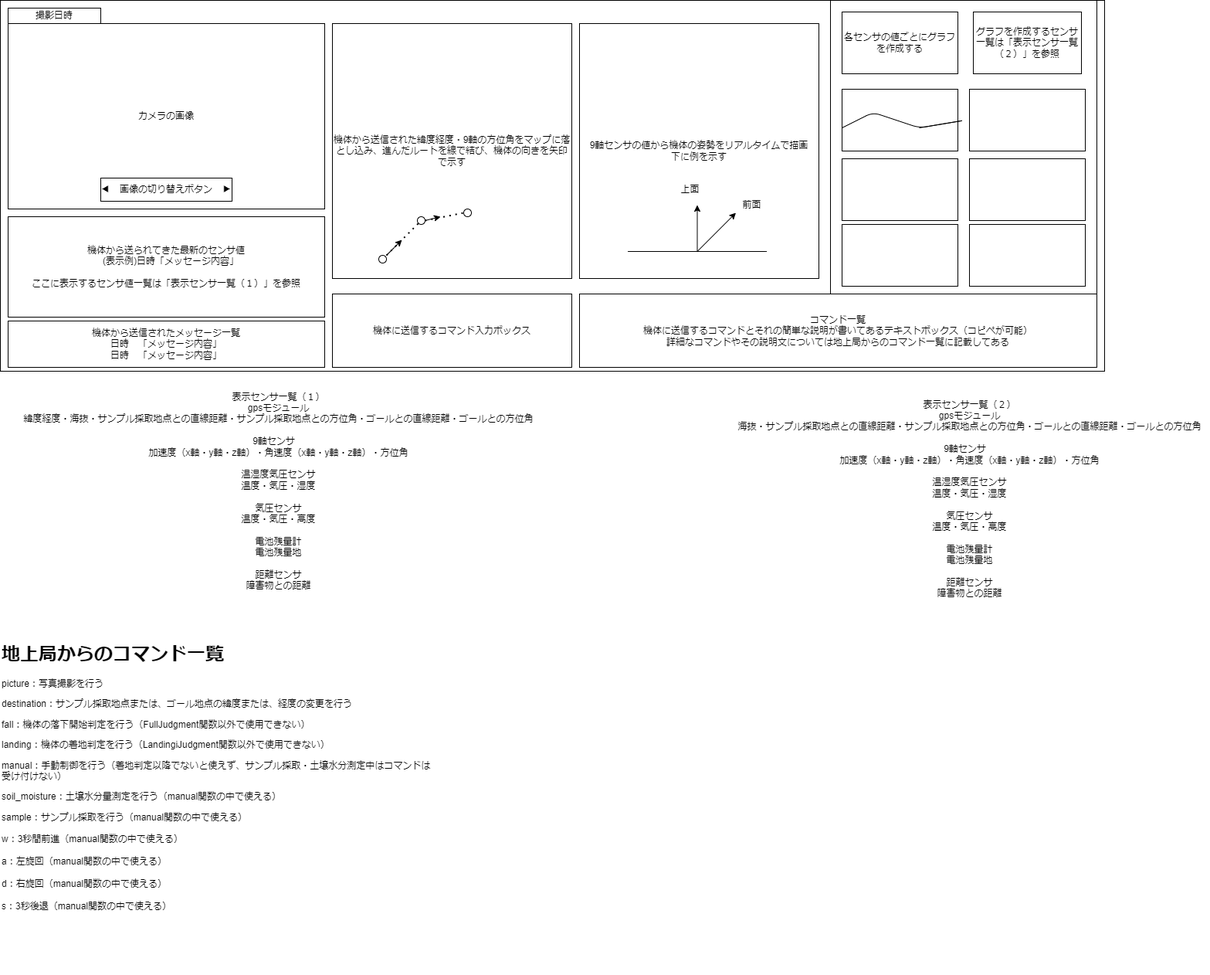
Above: 仕様書・参考資料/地上局のUIイメージ図.drawio.png in TDUSenjuAstronomyResearchClub/basyo-ground-station (draw.io), before the change. Source tidied: cells renumbered, new cells last; positions are measured from the earlier drawing's top-left corner, leaving out a move shared by most shapes.
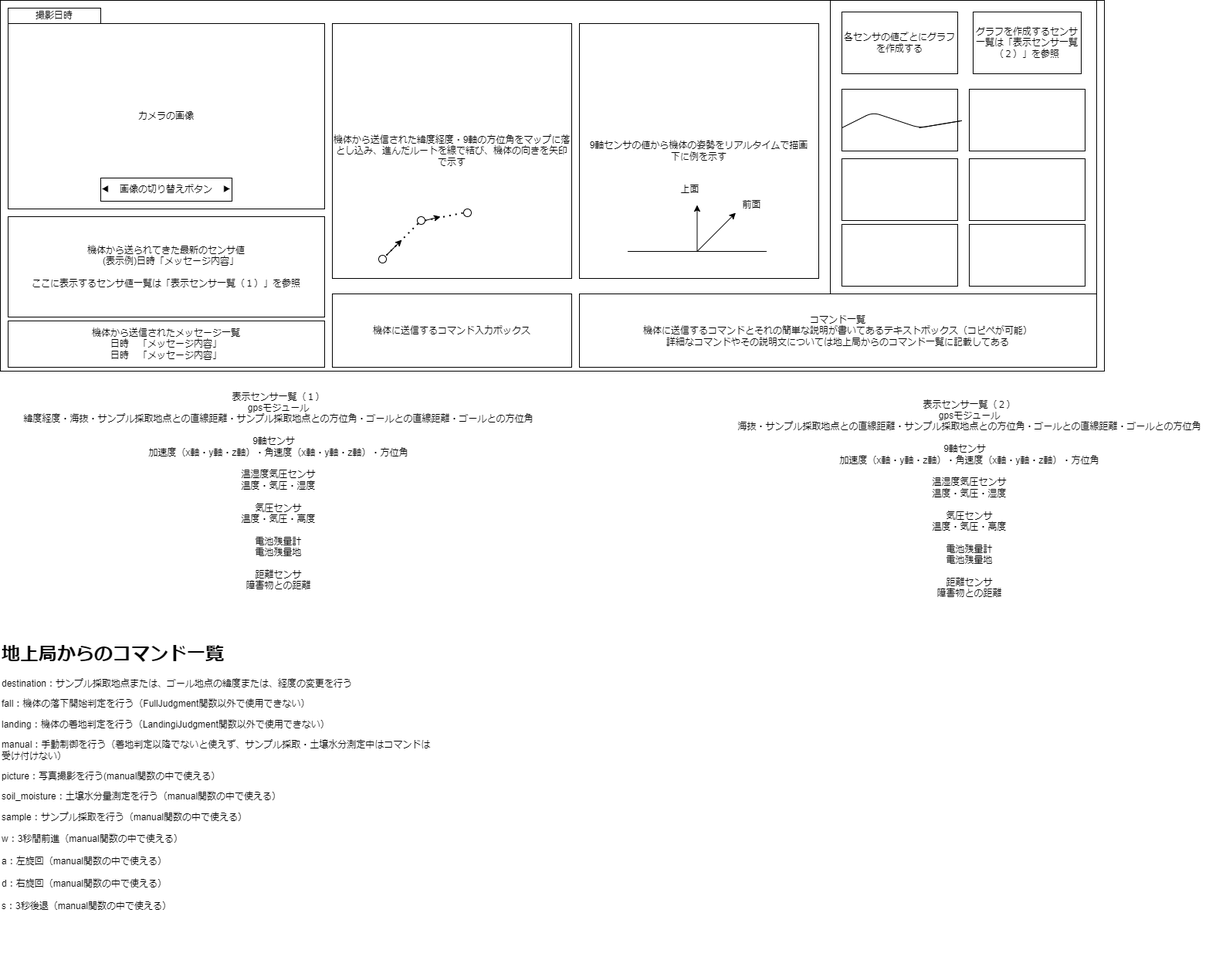
After the commit.

Commit message:
コマンド一覧の変更

Diff of the diagram source:
```diff
@@ -137,7 +137,7 @@
         </Array>
       </mxGeometry>
     </mxCell>
-    <mxCell id="38" value="&lt;h1 style=&quot;border-color: var(--border-color);&quot;&gt;地上局からのコマンド一覧&lt;/h1&gt;&lt;p style=&quot;border-color: var(--border-color);&quot;&gt;picture：写真撮影を行う&lt;br style=&quot;border-color: var(--border-color);&quot;&gt;&lt;/p&gt;&lt;p style=&quot;border-color: var(--border-color);&quot;&gt;&lt;span style=&quot;border-color: var(--border-color); background-color: initial;&quot;&gt;destination：&lt;/span&gt;&lt;span style=&quot;border-color: var(--border-color); background-color: initial;&quot;&gt;サンプル採取地点または、ゴール地点の緯度または、経度の変更を行う&lt;/span&gt;&lt;br style=&quot;border-color: var(--border-color);&quot;&gt;&lt;/p&gt;&lt;p style=&quot;border-color: var(--border-color);&quot;&gt;fall：機体の落下開始判定を行う（FullJudgment関数以外で使用できない）&lt;/p&gt;&lt;p style=&quot;border-color: var(--border-color);&quot;&gt;&lt;span style=&quot;border-color: var(--border-color); text-align: center;&quot;&gt;landing：機体の着地判定を行う（LandingiJudgment関数以外で使用できない）&lt;/span&gt;&lt;/p&gt;&lt;p style=&quot;border-color: var(--border-color);&quot;&gt;manual：手動制御を行う（着地判定以降でないと使えず、サンプル採取・土壌水分測定中はコマンドは受け付けない）&lt;/p&gt;&lt;p style=&quot;border-color: var(--border-color);&quot;&gt;soil_moisture：土壌水分量測定を行う（manual関数の中で使える）&lt;/p&gt;&lt;span style=&quot;border-color: var(--border-color); text-align: center;&quot;&gt;sample&lt;/span&gt;&lt;span style=&quot;border-color: var(--border-color); background-color: initial;&quot;&gt;：サンプル採取を行う（&lt;/span&gt;&lt;span style=&quot;border-color: var(--border-color); text-align: center;&quot;&gt;manual関数の中で使える&lt;/span&gt;&lt;span style=&quot;border-color: var(--border-color); background-color: initial;&quot;&gt;）&lt;br style=&quot;border-color: var(--border-color);&quot;&gt;&lt;/span&gt;&lt;span style=&quot;border-color: var(--border-color); text-align: center;&quot;&gt;&lt;br style=&quot;border-color: var(--border-color);&quot;&gt;w：3秒間前進（manual関数の中で使える）&lt;br style=&quot;border-color: var(--border-color);&quot;&gt;&lt;br style=&quot;border-color: var(--border-color);&quot;&gt;a：左旋回（&lt;/span&gt;&lt;span style=&quot;border-color: var(--border-color); text-align: center;&quot;&gt;manual関数の中で使える&lt;/span&gt;&lt;span style=&quot;border-color: var(--border-color); text-align: center;&quot;&gt;）&lt;br style=&quot;border-color: var(--border-color);&quot;&gt;&lt;br style=&quot;border-color: var(--border-color);&quot;&gt;d：右旋回&lt;/span&gt;&lt;span style=&quot;border-color: var(--border-color); text-align: center;&quot;&gt;（&lt;/span&gt;&lt;span style=&quot;border-color: var(--border-color); text-align: center;&quot;&gt;manual関数の中で使える&lt;/span&gt;&lt;span style=&quot;border-color: var(--border-color); text-align: center;&quot;&gt;）&lt;/span&gt;&lt;span style=&quot;border-color: var(--border-color); text-align: center;&quot;&gt;&lt;br style=&quot;border-color: var(--border-color);&quot;&gt;&lt;br style=&quot;border-color: var(--border-color);&quot;&gt;s：3秒後退&lt;/span&gt;&lt;span style=&quot;border-color: var(--border-color); text-align: center;&quot;&gt;（&lt;/span&gt;&lt;span style=&quot;border-color: var(--border-color); text-align: center;&quot;&gt;manual関数の中で使える&lt;/span&gt;&lt;span style=&quot;border-color: var(--border-color); text-align: center;&quot;&gt;）&lt;/span&gt;&lt;span style=&quot;border-color: var(--border-color); text-align: center;&quot;&gt;&lt;br style=&quot;border-color: var(--border-color);&quot;&gt;&lt;/span&gt;&lt;p style=&quot;border-color: var(--border-color);&quot;&gt;&lt;br style=&quot;border-color: var(--border-color); color: rgb(0, 0, 0); font-family: Helvetica; font-size: 12px; font-style: normal; font-variant-ligatures: normal; font-variant-caps: normal; font-weight: 400; letter-spacing: normal; orphans: 2; text-align: left; text-indent: 0px; text-transform: none; widows: 2; word-spacing: 0px; -webkit-text-stroke-width: 0px; background-color: rgb(251, 251, 251); text-decoration-thickness: initial; text-decoration-style: initial; text-decoration-color: initial;&quot;&gt;&#10;&#10;&lt;/p&gt;" style="text;whiteSpace=wrap;html=1;" parent="1" vertex="1">
+    <mxCell id="38" value="&lt;h1 style=&quot;border-color: var(--border-color);&quot;&gt;地上局からのコマンド一覧&lt;/h1&gt;&lt;p style=&quot;border-color: var(--border-color);&quot;&gt;&lt;span style=&quot;border-color: var(--border-color); background-color: initial;&quot;&gt;destination：&lt;/span&gt;&lt;span style=&quot;border-color: var(--border-color); background-color: initial;&quot;&gt;サンプル採取地点または、ゴール地点の緯度または、経度の変更を行う&lt;/span&gt;&lt;br style=&quot;border-color: var(--border-color);&quot;&gt;&lt;/p&gt;&lt;p style=&quot;border-color: var(--border-color);&quot;&gt;fall：機体の落下開始判定を行う（FullJudgment関数以外で使用できない）&lt;/p&gt;&lt;p style=&quot;border-color: var(--border-color);&quot;&gt;&lt;span style=&quot;border-color: var(--border-color); text-align: center;&quot;&gt;landing：機体の着地判定を行う（LandingiJudgment関数以外で使用できない）&lt;/span&gt;&lt;/p&gt;&lt;p style=&quot;border-color: var(--border-color);&quot;&gt;manual：手動制御を行う（着地判定以降でないと使えず、サンプル採取・土壌水分測定中はコマンドは受け付けない）&lt;/p&gt;&lt;p style=&quot;border-color: var(--border-color);&quot;&gt;picture：写真撮影を行う(manual関数の中で使える）&lt;br&gt;&lt;/p&gt;&lt;p style=&quot;border-color: var(--border-color);&quot;&gt;soil_moisture：土壌水分量測定を行う（manual関数の中で使える）&lt;/p&gt;&lt;span style=&quot;border-color: var(--border-color); text-align: center;&quot;&gt;sample&lt;/span&gt;&lt;span style=&quot;border-color: var(--border-color); background-color: initial;&quot;&gt;：サンプル採取を行う（&lt;/span&gt;&lt;span style=&quot;border-color: var(--border-color); text-align: center;&quot;&gt;manual関数の中で使える&lt;/span&gt;&lt;span style=&quot;border-color: var(--border-color); background-color: initial;&quot;&gt;）&lt;br style=&quot;border-color: var(--border-color);&quot;&gt;&lt;/span&gt;&lt;span style=&quot;border-color: var(--border-color); text-align: center;&quot;&gt;&lt;br style=&quot;border-color: var(--border-color);&quot;&gt;w：3秒間前進（manual関数の中で使える）&lt;br style=&quot;border-color: var(--border-color);&quot;&gt;&lt;br style=&quot;border-color: var(--border-color);&quot;&gt;a：左旋回（&lt;/span&gt;&lt;span style=&quot;border-color: var(--border-color); text-align: center;&quot;&gt;manual関数の中で使える&lt;/span&gt;&lt;span style=&quot;border-color: var(--border-color); text-align: center;&quot;&gt;）&lt;br style=&quot;border-color: var(--border-color);&quot;&gt;&lt;br style=&quot;border-color: var(--border-color);&quot;&gt;d：右旋回&lt;/span&gt;&lt;span style=&quot;border-color: var(--border-color); text-align: center;&quot;&gt;（&lt;/span&gt;&lt;span style=&quot;border-color: var(--border-color); text-align: center;&quot;&gt;manual関数の中で使える&lt;/span&gt;&lt;span style=&quot;border-color: var(--border-color); text-align: center;&quot;&gt;）&lt;/span&gt;&lt;span style=&quot;border-color: var(--border-color); text-align: center;&quot;&gt;&lt;br style=&quot;border-color: var(--border-color);&quot;&gt;&lt;br style=&quot;border-color: var(--border-color);&quot;&gt;s：3秒後退&lt;/span&gt;&lt;span style=&quot;border-color: var(--border-color); text-align: center;&quot;&gt;（&lt;/span&gt;&lt;span style=&quot;border-color: var(--border-color); text-align: center;&quot;&gt;manual関数の中で使える&lt;/span&gt;&lt;span style=&quot;border-color: var(--border-color); text-align: center;&quot;&gt;）&lt;/span&gt;&lt;span style=&quot;border-color: var(--border-color); text-align: center;&quot;&gt;&lt;br style=&quot;border-color: var(--border-color);&quot;&gt;&lt;/span&gt;&lt;p style=&quot;border-color: var(--border-color);&quot;&gt;&lt;br style=&quot;border-color: var(--border-color); color: rgb(0, 0, 0); font-family: Helvetica; font-size: 12px; font-style: normal; font-variant-ligatures: normal; font-variant-caps: normal; font-weight: 400; letter-spacing: normal; orphans: 2; text-align: left; text-indent: 0px; text-transform: none; widows: 2; word-spacing: 0px; -webkit-text-stroke-width: 0px; background-color: rgb(251, 251, 251); text-decoration-thickness: initial; text-decoration-style: initial; text-decoration-color: initial;&quot;&gt;&lt;br&gt;&lt;br&gt;&lt;/p&gt;" style="text;whiteSpace=wrap;html=1;" parent="1" vertex="1">
       <mxGeometry y="810" width="560" height="450" as="geometry" />
     </mxCell>
   </root>
```
